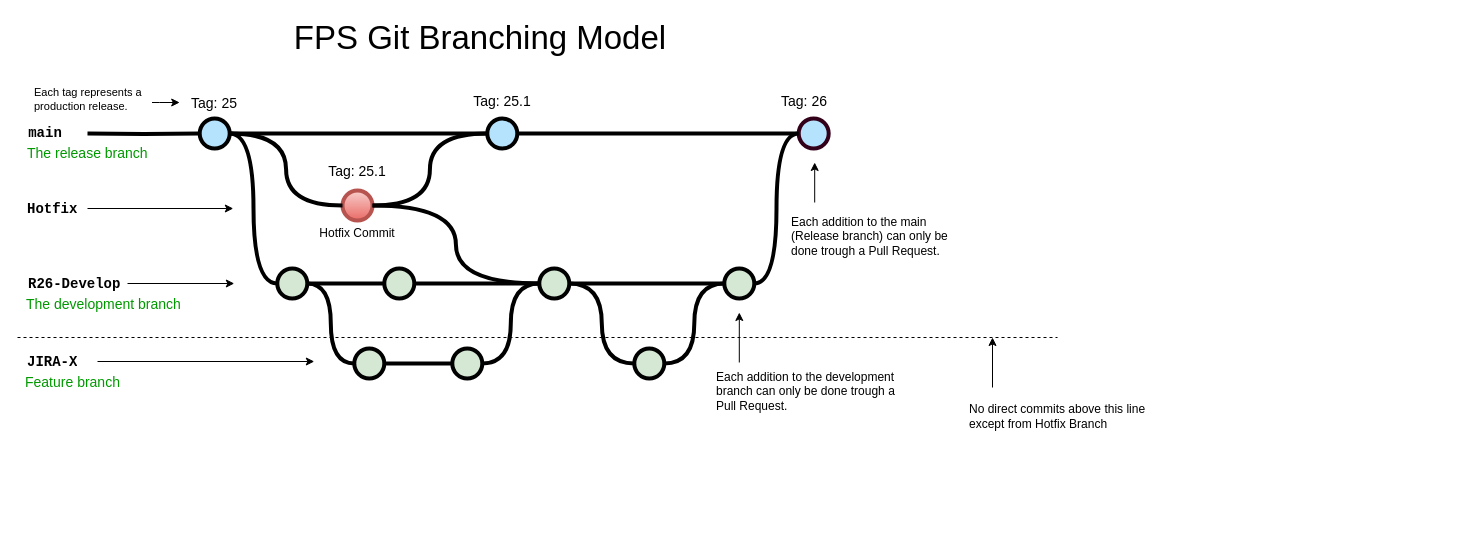
Above: temp.drawio.xml in NiHanDK/FPS-SCM-Model (draw.io), before the change. Source tidied: cells renumbered, new cells numbered last; positions are measured from the earlier drawing's top-left corner, leaving out a move shared by most shapes. Both pictures are drawn from the tidied source at 100%, with x=0, y=0 at pixel (17, 17).
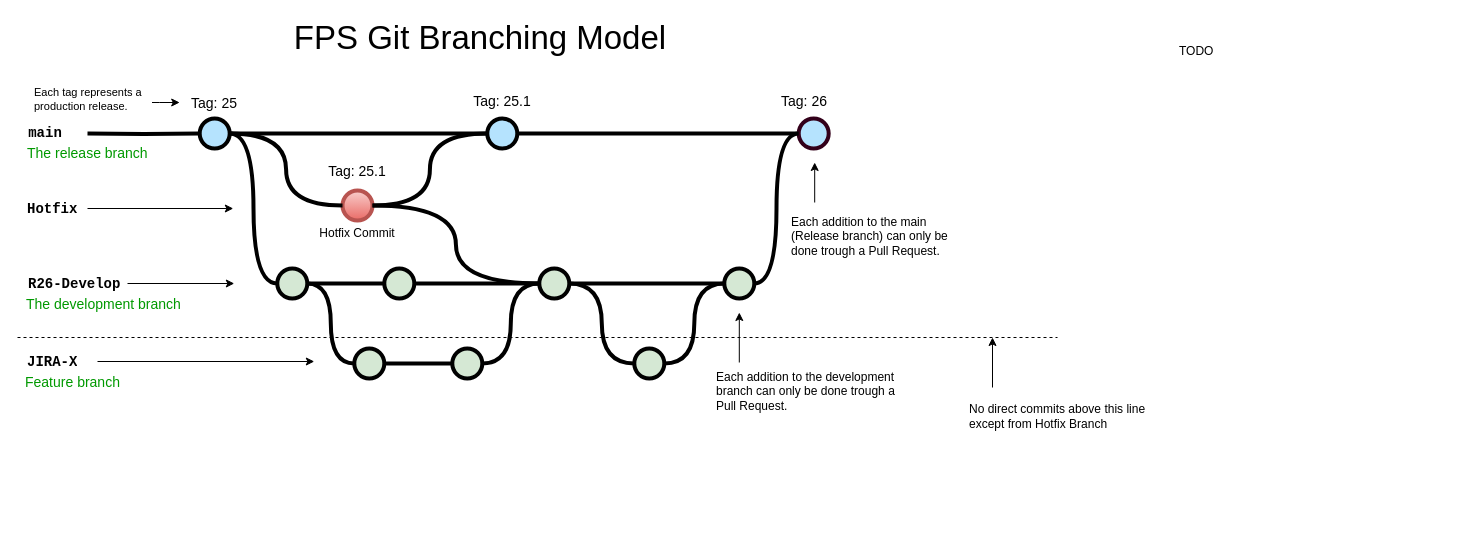
The same page after the edit.

What changed in the source:
```diff
@@
+    <mxCell id="54" value="&lt;span style=&quot;text-align: center&quot;&gt;TODO&lt;/span&gt;&lt;span style=&quot;text-align: center&quot;&gt;&lt;br&gt;&lt;/span&gt;" style="text;html=1;strokeColor=none;fillColor=none;align=left;verticalAlign=top;whiteSpace=wrap;overflow=hidden;fontSize=12;fontStyle=0;fontColor=#000000;horizontal=1;" parent="1" vertex="1">
+      <mxGeometry x="1160" y="20" width="280" height="480" as="geometry" />
+    </mxCell>
```
